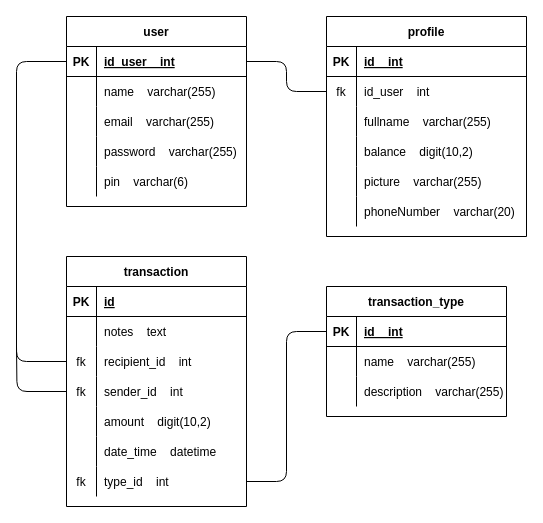
The draw.io diagram erd.drawio in HimawanArifSM/fw9-backend, before the edit. Source tidied: cells renumbered, new cells numbered last; positions are measured from the earlier drawing's top-left corner, leaving out a move shared by most shapes. Both pictures are drawn from the tidied source at 100%, with x=0, y=0 at pixel (16, 16).
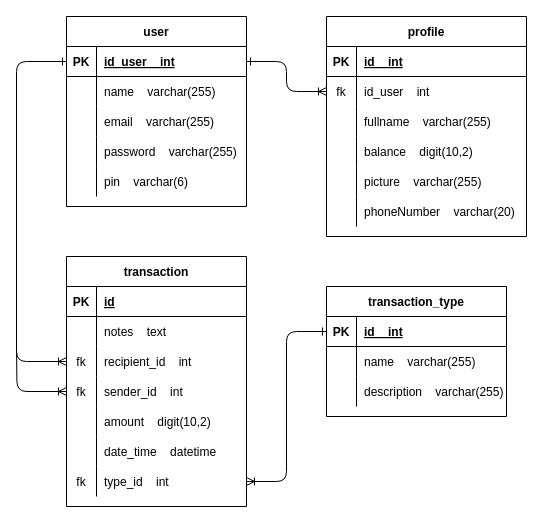
After the change.

Commit message:
chore: update erd cardinalitas

The change refers to these unchanged cells:
```xml
<mxCell id="3" style="shape=partialRectangle;fillColor=none;top=0;left=0;bottom=1;right=0;points=[[0,0.5],[1,0.5]];portConstraint=eastwest;" parent="2" vertex="1">
  <mxGeometry y="30" width="180" height="30" as="geometry" />
</mxCell>
<mxCell id="22" style="shape=partialRectangle;fillColor=none;top=0;left=0;bottom=0;right=0;points=[[0,0.5],[1,0.5]];portConstraint=eastwest;" parent="18" vertex="1">
  <mxGeometry y="60" width="200" height="30" as="geometry" />
</mxCell>
<mxCell id="44" style="shape=partialRectangle;fillColor=none;top=0;left=0;bottom=0;right=0;points=[[0,0.5],[1,0.5]];portConstraint=eastwest;" parent="37" vertex="1">
  <mxGeometry y="90" width="180" height="30" as="geometry" />
</mxCell>
<mxCell id="47" style="shape=partialRectangle;fillColor=none;top=0;left=0;bottom=0;right=0;points=[[0,0.5],[1,0.5]];portConstraint=eastwest;" parent="37" vertex="1">
  <mxGeometry y="120" width="180" height="30" as="geometry" />
</mxCell>
<mxCell id="56" style="shape=partialRectangle;fillColor=none;top=0;left=0;bottom=0;right=0;points=[[0,0.5],[1,0.5]];portConstraint=eastwest;" parent="37" vertex="1">
  <mxGeometry y="210" width="180" height="30" as="geometry" />
</mxCell>
<mxCell id="60" style="shape=partialRectangle;fillColor=none;top=0;left=0;bottom=1;right=0;points=[[0,0.5],[1,0.5]];portConstraint=eastwest;" parent="59" vertex="1">
  <mxGeometry y="30" width="180" height="30" as="geometry" />
</mxCell>
```

Diff of the diagram source:
```diff
@@
-    <mxCell id="69" style="edgeStyle=orthogonalEdgeStyle;html=1;entryX=0;entryY=0.5;entryDx=0;entryDy=0;endArrow=none;endFill=0;" parent="1" edge="1" source="56" target="60">
+    <mxCell id="69" style="edgeStyle=orthogonalEdgeStyle;html=1;entryX=0;entryY=0.5;entryDx=0;entryDy=0;endArrow=ERone;endFill=0;startArrow=ERoneToMany;startFill=0;" parent="1" edge="1" source="56" target="60">
       <mxGeometry relative="1" as="geometry" />
     </mxCell>
-    <mxCell id="70" style="edgeStyle=orthogonalEdgeStyle;html=1;entryX=0;entryY=0.5;entryDx=0;entryDy=0;endArrow=none;endFill=0;" parent="1" edge="1" source="3" target="22">
+    <mxCell id="70" style="edgeStyle=orthogonalEdgeStyle;html=1;entryX=0;entryY=0.5;entryDx=0;entryDy=0;endArrow=ERoneToMany;endFill=0;startArrow=ERone;startFill=0;" parent="1" edge="1" source="3" target="22">
       <mxGeometry relative="1" as="geometry" />
     </mxCell>
-    <mxCell id="71" style="edgeStyle=orthogonalEdgeStyle;html=1;entryX=0;entryY=0.5;entryDx=0;entryDy=0;endArrow=none;endFill=0;" parent="1" edge="1" source="44" target="3">
+    <mxCell id="71" style="edgeStyle=orthogonalEdgeStyle;html=1;entryX=0;entryY=0.5;entryDx=0;entryDy=0;endArrow=ERone;endFill=0;startArrow=ERoneToMany;startFill=0;" parent="1" edge="1" source="44" target="3">
       <mxGeometry relative="1" as="geometry">
         <Array as="points">
           <mxPoint y="345" />
           <mxPoint y="45" />
         </Array>
       </mxGeometry>
     </mxCell>
-    <mxCell id="72" style="edgeStyle=orthogonalEdgeStyle;html=1;exitX=0;exitY=0.5;exitDx=0;exitDy=0;endArrow=none;endFill=0;" parent="1" edge="1" source="47">
+    <mxCell id="72" style="edgeStyle=orthogonalEdgeStyle;html=1;exitX=0;exitY=0.5;exitDx=0;exitDy=0;endArrow=none;endFill=0;startArrow=ERoneToMany;startFill=0;" parent="1" edge="1" source="47">
       <mxGeometry relative="1" as="geometry">
         <mxPoint y="330" as="targetPoint" />
       </mxGeometry>
     </mxCell>
```
